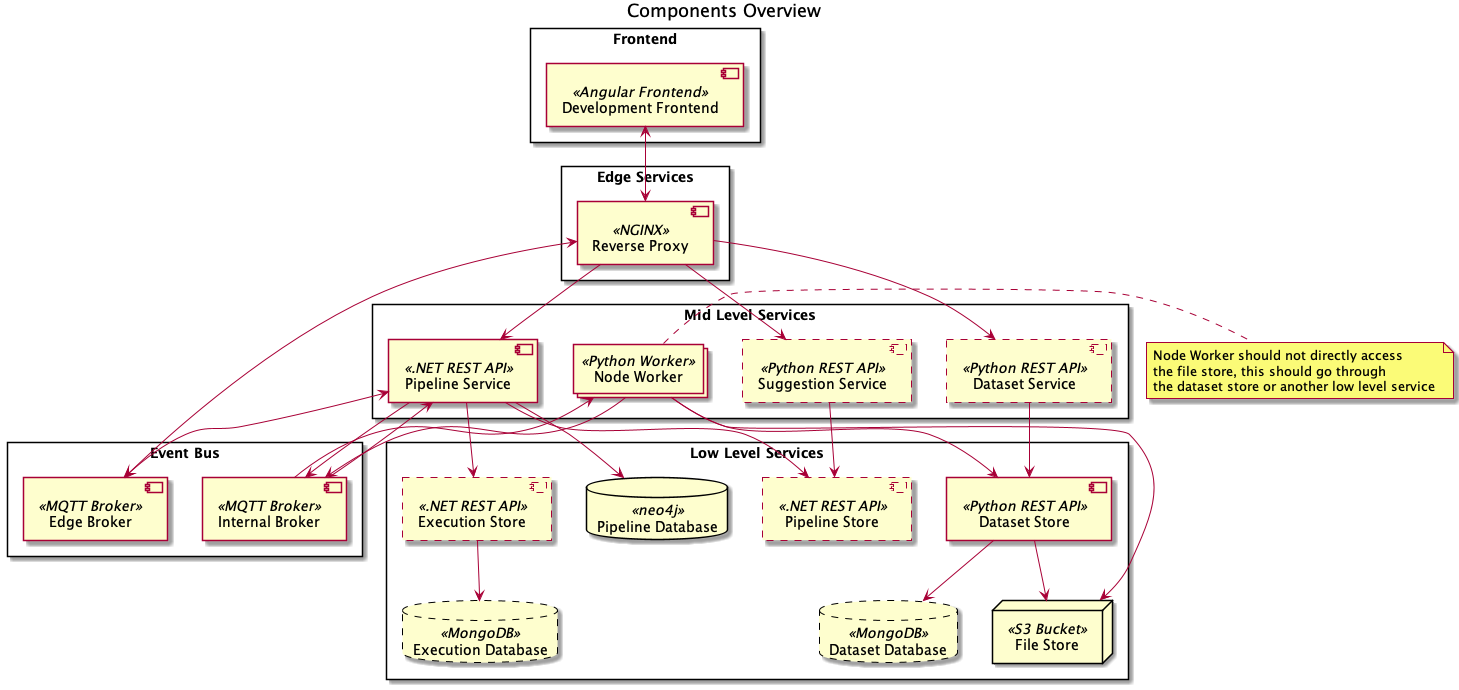
Above: docs/architecture/overview.png in project-hanse/prototype-a (PlantUML), before the change.
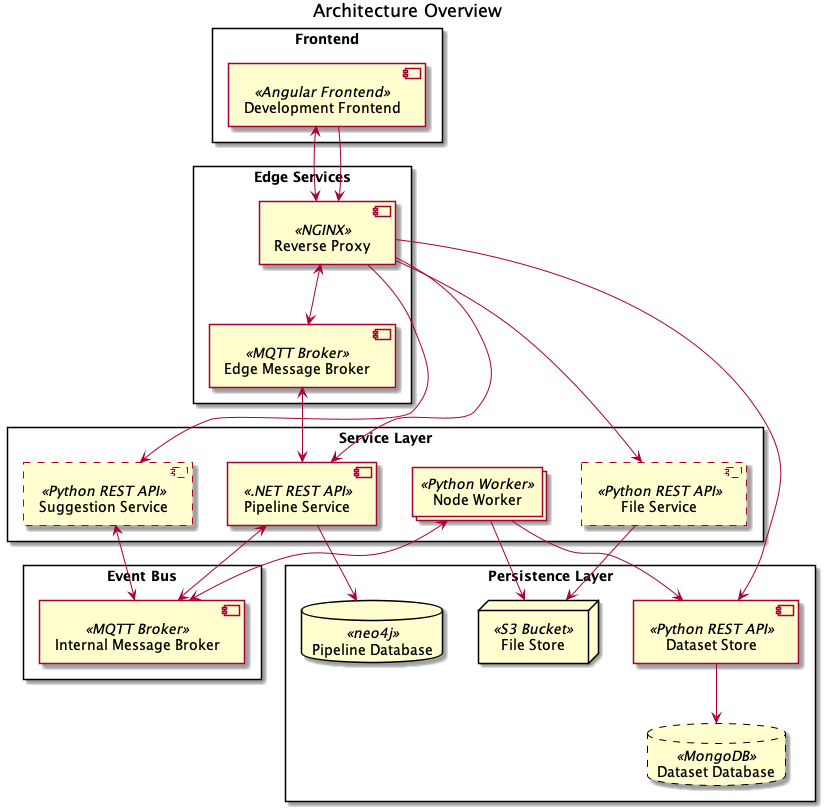
Later version of the same file.

Commit message:
docs: architecture diagram reflects actual architecture

What changed in the source:
```diff
@@ -1,6 +1,6 @@
 @startuml
 
-title "Components Overview"
+title "Architecture Overview"
 
 
 rectangle "Frontend" {
@@ -9,65 +9,48 @@
 
 rectangle "Edge Services" {
     component "Reverse Proxy" << NGINX >> as reverse_proxy
+    component "Edge Message Broker" << MQTT Broker >> as message_broker_edge
 }
 
 rectangle "Event Bus"{
-    component "Edge Broker" << MQTT Broker >> as message_broker_edge
-    component "Internal Broker" << MQTT Broker >> as message_broker_internal
+    component "Internal Message Broker" << MQTT Broker >> as message_broker_internal
 }
 
-rectangle "Mid Level Services" {
+rectangle "Service Layer" {
     component "Pipeline Service" << .NET REST API >> as pipeline_service
     collections  "Node Worker" <<Python Worker>> as worker
     component #line.dashed "Suggestion Service" << Python REST API >> as suggestion_service
-    component #line.dashed "Dataset Service" << Python REST API >> as dataset_service
+    component #line.dashed "File Service" << Python REST API >> as file_service
 }
 
-rectangle "Low Level Services" {
-    component #line.dashed "Pipeline Store" << .NET REST API >> as pipeline_store
+rectangle "Persistence Layer" {
     database "Pipeline Database" << neo4j >> as pipeline_db
-
-    component #line.dashed "Execution Store" << .NET REST API >> as execution_store
-    database #line.dashed "Execution Database" << MongoDB >> as execution_db
 
     component "Dataset Store" << Python REST API >> as dataset_store
     node "File Store" << S3 Bucket >> as file_store
     database #line.dashed "Dataset Database" << MongoDB >> as dataset_db
-
 }
 
 
 development_frontend <--> reverse_proxy
+development_frontend --> reverse_proxy
 
 reverse_proxy --> pipeline_service
 reverse_proxy --> suggestion_service
-reverse_proxy --> dataset_service
+suggestion_service <--> message_broker_internal
+reverse_proxy --> file_service
 reverse_proxy <--> message_broker_edge
-
 
 pipeline_service --> pipeline_db
 dataset_store --> dataset_db
-dataset_store --> file_store
-execution_store --> execution_db
-
-
-pipeline_service --> message_broker_internal
-message_broker_internal --> worker
-pipeline_service <-- message_broker_internal
-message_broker_internal <-- worker
-
+file_service --> file_store
+pipeline_service <--> message_broker_internal
+message_broker_internal <--> worker
 
 worker --> dataset_store
-note right of worker
-    Node Worker should not directly access
-    the file store, this should go through
-    the dataset store or another low level service
-end note
 worker --> file_store
-suggestion_service --> pipeline_store
-pipeline_service --> execution_store
-pipeline_service --> pipeline_store
-dataset_service --> dataset_store
 
-pipeline_service <--> message_broker_edge
+message_broker_edge <--> pipeline_service
+
+reverse_proxy --> dataset_store
 @enduml
```
